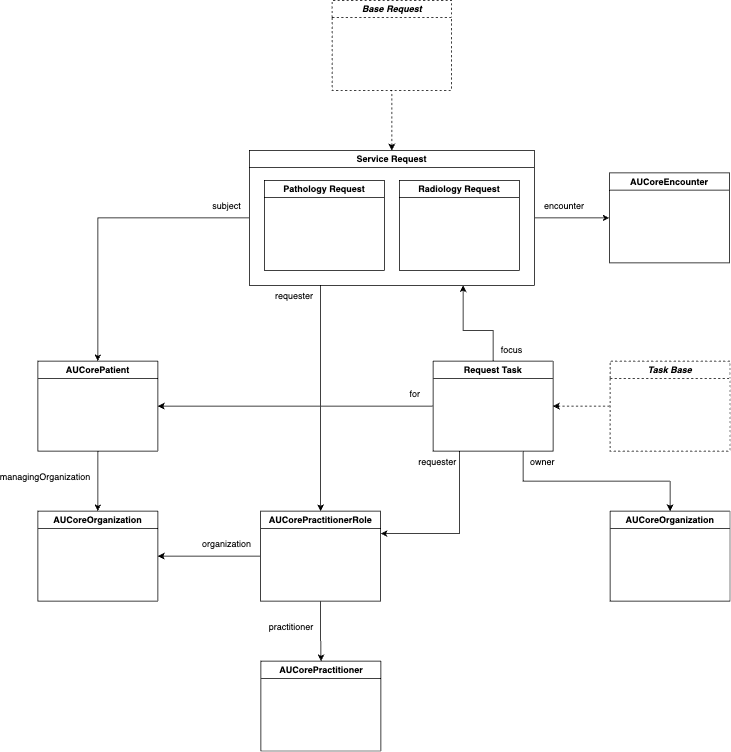
This is input/images/eRequestingResources.png from hl7au/au-fhir-erequesting, a draw.io export, as it was before one commit. Source tidied: cells renumbered, new cells last; positions are measured from the earlier drawing's top-left corner, leaving out a move shared by most shapes.
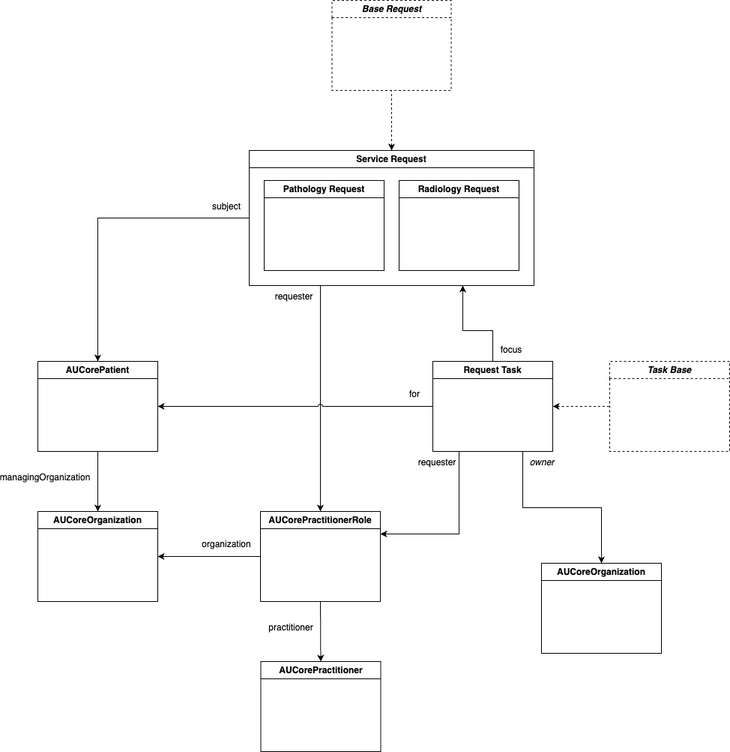
Later version of the same file.

Commit message:
remove encounter and modify diagram

Change to the diagram source:
```diff
@@ -17,7 +17,7 @@
     <mxCell id="6" value="AUCorePractitionerRole" style="swimlane;whiteSpace=wrap;html=1;" parent="1" vertex="1">
       <mxGeometry x="317" y="681" width="160" height="120" as="geometry" />
     </mxCell>
-    <mxCell id="7" style="rounded=0;jettySize=auto;html=1;edgeStyle=elbowEdgeStyle;entryX=1;entryY=0.5;entryDx=0;entryDy=0;elbow=vertical;exitX=0;exitY=0.5;exitDx=0;exitDy=0;" parent="1" edge="1" source="6" target="4">
+    <mxCell id="7" style="rounded=0;jettySize=auto;html=1;edgeStyle=elbowEdgeStyle;entryX=1;entryY=0.5;entryDx=0;entryDy=0;elbow=vertical;exitX=0;exitY=0.5;exitDx=0;exitDy=0;jumpStyle=arc;" parent="1" edge="1" source="6" target="4">
       <mxGeometry relative="1" as="geometry" />
     </mxCell>
     <mxCell id="8" value="organization" style="text;html=1;strokeColor=none;fillColor=none;align=center;verticalAlign=middle;whiteSpace=wrap;rounded=0;" parent="1" vertex="1">
@@ -26,19 +26,16 @@
     <mxCell id="9" value="AUCorePractitioner" style="swimlane;whiteSpace=wrap;html=1;" parent="1" vertex="1">
       <mxGeometry x="317.5" y="881" width="160" height="120" as="geometry" />
     </mxCell>
-    <mxCell id="10" style="rounded=0;jettySize=auto;html=1;edgeStyle=elbowEdgeStyle;entryX=0.5;entryY=0;entryDx=0;entryDy=0;exitX=0.5;exitY=1;exitDx=0;exitDy=0;elbow=vertical;" parent="1" edge="1" source="6" target="9">
+    <mxCell id="10" style="rounded=0;jettySize=auto;html=1;edgeStyle=elbowEdgeStyle;entryX=0.5;entryY=0;entryDx=0;entryDy=0;exitX=0.5;exitY=1;exitDx=0;exitDy=0;elbow=vertical;jumpStyle=arc;" parent="1" edge="1" source="6" target="9">
       <mxGeometry relative="1" as="geometry" />
     </mxCell>
     <mxCell id="11" value="practitioner" style="text;html=1;strokeColor=none;fillColor=none;align=center;verticalAlign=middle;whiteSpace=wrap;rounded=0;" parent="1" vertex="1">
       <mxGeometry x="327.5" y="821" width="60" height="30" as="geometry" />
     </mxCell>
-    <mxCell id="12" style="edgeStyle=orthogonalEdgeStyle;rounded=0;jettySize=auto;html=1;exitX=1;exitY=0.5;exitDx=0;exitDy=0;entryX=0;entryY=0.5;entryDx=0;entryDy=0;" parent="1" edge="1" source="32" target="18">
-      <mxGeometry relative="1" as="geometry" />
-    </mxCell>
     <mxCell id="13" value="&lt;i&gt;Base Request&lt;/i&gt;" style="swimlane;whiteSpace=wrap;html=1;dashed=1;" parent="1" vertex="1">
       <mxGeometry x="412.5" width="159" height="120" as="geometry" />
     </mxCell>
-    <mxCell id="14" style="rounded=0;jettySize=auto;html=1;edgeStyle=elbowEdgeStyle;entryX=0.5;entryY=0;entryDx=0;entryDy=0;elbow=vertical;exitX=0;exitY=0.5;exitDx=0;exitDy=0;" parent="1" edge="1" source="32" target="3">
+    <mxCell id="14" style="rounded=0;jettySize=auto;html=1;edgeStyle=elbowEdgeStyle;entryX=0.5;entryY=0;entryDx=0;entryDy=0;elbow=vertical;exitX=0;exitY=0.5;exitDx=0;exitDy=0;jumpStyle=arc;" parent="1" edge="1" source="32" target="3">
       <mxGeometry relative="1" as="geometry">
         <Array as="points">
           <mxPoint x="182" y="290" />
@@ -48,25 +45,19 @@
     <mxCell id="15" value="subject" style="text;html=1;strokeColor=none;fillColor=none;align=center;verticalAlign=middle;whiteSpace=wrap;rounded=0;" parent="1" vertex="1">
       <mxGeometry x="242" y="260" width="60" height="30" as="geometry" />
     </mxCell>
-    <mxCell id="16" style="rounded=0;jettySize=auto;html=1;edgeStyle=elbowEdgeStyle;elbow=vertical;entryX=0.5;entryY=0;entryDx=0;entryDy=0;exitX=0.25;exitY=1;exitDx=0;exitDy=0;" parent="1" edge="1" source="32" target="6">
+    <mxCell id="16" style="rounded=0;jettySize=auto;html=1;edgeStyle=elbowEdgeStyle;elbow=vertical;entryX=0.5;entryY=0;entryDx=0;entryDy=0;exitX=0.25;exitY=1;exitDx=0;exitDy=0;jumpStyle=arc;" parent="1" edge="1" source="32" target="6">
       <mxGeometry relative="1" as="geometry" />
     </mxCell>
     <mxCell id="17" value="requester" style="text;html=1;strokeColor=none;fillColor=none;align=center;verticalAlign=middle;whiteSpace=wrap;rounded=0;" parent="1" vertex="1">
       <mxGeometry x="332" y="380" width="60" height="30" as="geometry" />
     </mxCell>
-    <mxCell id="18" value="AUCoreEncounter" style="swimlane;whiteSpace=wrap;html=1;" parent="1" vertex="1">
-      <mxGeometry x="782" y="230" width="160" height="120" as="geometry" />
-    </mxCell>
-    <mxCell id="19" value="encounter" style="text;html=1;strokeColor=none;fillColor=none;align=center;verticalAlign=middle;whiteSpace=wrap;rounded=0;" parent="1" vertex="1">
-      <mxGeometry x="692" y="260" width="60" height="30" as="geometry" />
-    </mxCell>
-    <mxCell id="20" style="edgeStyle=orthogonalEdgeStyle;rounded=0;jettySize=auto;html=1;entryX=0;entryY=0.5;entryDx=0;entryDy=0;startArrow=classic;startFill=1;endArrow=none;endFill=0;dashed=1;" parent="1" edge="1" source="21" target="31">
+    <mxCell id="20" style="edgeStyle=orthogonalEdgeStyle;rounded=0;jettySize=auto;html=1;entryX=0;entryY=0.5;entryDx=0;entryDy=0;startArrow=classic;startFill=1;endArrow=none;endFill=0;dashed=1;jumpStyle=arc;" parent="1" edge="1" source="21" target="31">
       <mxGeometry relative="1" as="geometry" />
     </mxCell>
     <mxCell id="21" value="Request Task" style="swimlane;whiteSpace=wrap;html=1;" parent="1" vertex="1">
       <mxGeometry x="547" y="481" width="160" height="120" as="geometry" />
     </mxCell>
-    <mxCell id="22" style="rounded=0;jettySize=auto;html=1;edgeStyle=elbowEdgeStyle;exitX=0.5;exitY=0;exitDx=0;exitDy=0;entryX=0.75;entryY=1;entryDx=0;entryDy=0;elbow=vertical;" parent="1" edge="1" source="21" target="32">
+    <mxCell id="22" style="rounded=0;jettySize=auto;html=1;edgeStyle=elbowEdgeStyle;exitX=0.5;exitY=0;exitDx=0;exitDy=0;entryX=0.75;entryY=1;entryDx=0;entryDy=0;elbow=vertical;jumpStyle=arc;" parent="1" edge="1" source="21" target="32">
       <mxGeometry relative="1" as="geometry">
         <Array as="points">
           <mxPoint x="612" y="440" />
@@ -76,13 +67,13 @@
     <mxCell id="23" value="focus" style="text;html=1;strokeColor=none;fillColor=none;align=center;verticalAlign=middle;whiteSpace=wrap;rounded=0;" parent="1" vertex="1">
       <mxGeometry x="622" y="451" width="60" height="30" as="geometry" />
     </mxCell>
-    <mxCell id="24" style="rounded=0;jettySize=auto;html=1;edgeStyle=elbowEdgeStyle;exitX=0;exitY=0.5;exitDx=0;exitDy=0;entryX=1;entryY=0.5;entryDx=0;entryDy=0;" parent="1" edge="1" source="21" target="3">
+    <mxCell id="24" style="rounded=0;jettySize=auto;html=1;edgeStyle=elbowEdgeStyle;exitX=0;exitY=0.5;exitDx=0;exitDy=0;entryX=1;entryY=0.5;entryDx=0;entryDy=0;flowAnimation=0;jumpStyle=arc;" parent="1" edge="1" source="21" target="3">
       <mxGeometry relative="1" as="geometry" />
     </mxCell>
     <mxCell id="25" value="for" style="text;html=1;strokeColor=none;fillColor=none;align=center;verticalAlign=middle;whiteSpace=wrap;rounded=0;" parent="1" vertex="1">
       <mxGeometry x="493" y="510" width="60" height="30" as="geometry" />
     </mxCell>
-    <mxCell id="26" style="rounded=0;jettySize=auto;html=1;edgeStyle=elbowEdgeStyle;exitX=0.25;exitY=1;exitDx=0;exitDy=0;entryX=1;entryY=0.25;entryDx=0;entryDy=0;" parent="1" edge="1" source="21" target="6">
+    <mxCell id="26" style="rounded=0;jettySize=auto;html=1;edgeStyle=elbowEdgeStyle;exitX=0.25;exitY=1;exitDx=0;exitDy=0;entryX=1;entryY=0.25;entryDx=0;entryDy=0;jumpStyle=arc;" parent="1" edge="1" source="21" target="6">
       <mxGeometry relative="1" as="geometry">
         <Array as="points">
           <mxPoint x="582" y="660" />
@@ -93,12 +84,12 @@
       <mxGeometry x="523" y="601" width="60" height="30" as="geometry" />
     </mxCell>
     <mxCell id="28" value="AUCoreOrganization" style="swimlane;whiteSpace=wrap;html=1;" parent="1" vertex="1">
-      <mxGeometry x="783" y="681" width="160" height="120" as="geometry" />
+      <mxGeometry x="692" y="750" width="160" height="120" as="geometry" />
     </mxCell>
-    <mxCell id="29" style="rounded=0;jettySize=auto;html=1;edgeStyle=elbowEdgeStyle;entryX=0.5;entryY=0;entryDx=0;entryDy=0;elbow=vertical;exitX=0.75;exitY=1;exitDx=0;exitDy=0;" parent="1" edge="1" source="21" target="28">
+    <mxCell id="29" style="rounded=0;jettySize=auto;html=1;edgeStyle=elbowEdgeStyle;entryX=0.5;entryY=0;entryDx=0;entryDy=0;elbow=vertical;exitX=0.75;exitY=1;exitDx=0;exitDy=0;jumpStyle=arc;" parent="1" edge="1" source="21" target="28">
       <mxGeometry relative="1" as="geometry" />
     </mxCell>
-    <mxCell id="30" value="owner" style="text;html=1;strokeColor=none;fillColor=none;align=center;verticalAlign=middle;whiteSpace=wrap;rounded=0;" parent="1" vertex="1">
+    <mxCell id="30" value="&lt;i&gt;owner&lt;/i&gt;" style="text;html=1;strokeColor=none;fillColor=none;align=center;verticalAlign=middle;whiteSpace=wrap;rounded=0;" parent="1" vertex="1">
       <mxGeometry x="663" y="601" width="60" height="30" as="geometry" />
     </mxCell>
     <mxCell id="31" value="&lt;i&gt;Task Base&lt;/i&gt;" style="swimlane;whiteSpace=wrap;html=1;dashed=1;" parent="1" vertex="1">
@@ -113,7 +104,7 @@
     <mxCell id="34" value="Radiology Request" style="swimlane;whiteSpace=wrap;html=1;" parent="32" vertex="1">
       <mxGeometry x="200" y="40" width="160" height="120" as="geometry" />
     </mxCell>
-    <mxCell id="35" style="edgeStyle=orthogonalEdgeStyle;rounded=0;jettySize=auto;html=1;entryX=0.5;entryY=1;entryDx=0;entryDy=0;startArrow=classic;startFill=1;endArrow=none;endFill=0;dashed=1;exitX=0.5;exitY=0;exitDx=0;exitDy=0;" parent="1" edge="1" source="32" target="13">
+    <mxCell id="35" style="edgeStyle=orthogonalEdgeStyle;rounded=0;jettySize=auto;html=1;entryX=0.5;entryY=1;entryDx=0;entryDy=0;startArrow=classic;startFill=1;endArrow=none;endFill=0;dashed=1;exitX=0.5;exitY=0;exitDx=0;exitDy=0;jumpStyle=arc;" parent="1" edge="1" source="32" target="13">
       <mxGeometry relative="1" as="geometry" />
     </mxCell>
   </root>
```
